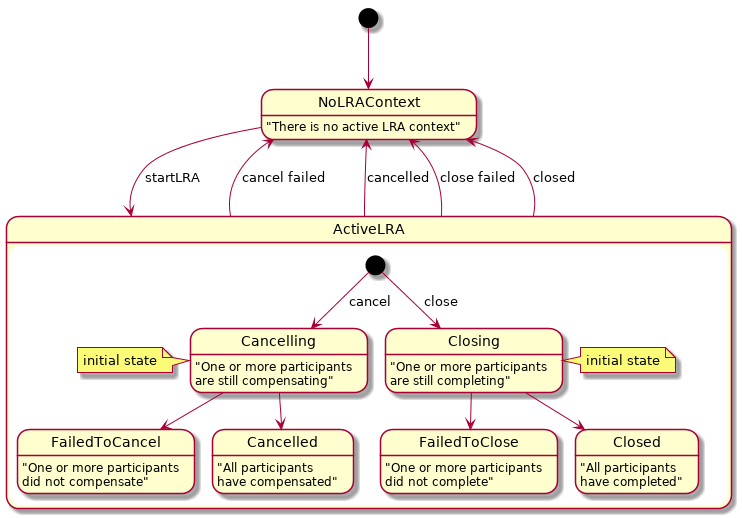
Before: spec/src/main/asciidoc/images/lra-state-model.png, a diagram exported from PlantUML (eclipse/microprofile-lra).
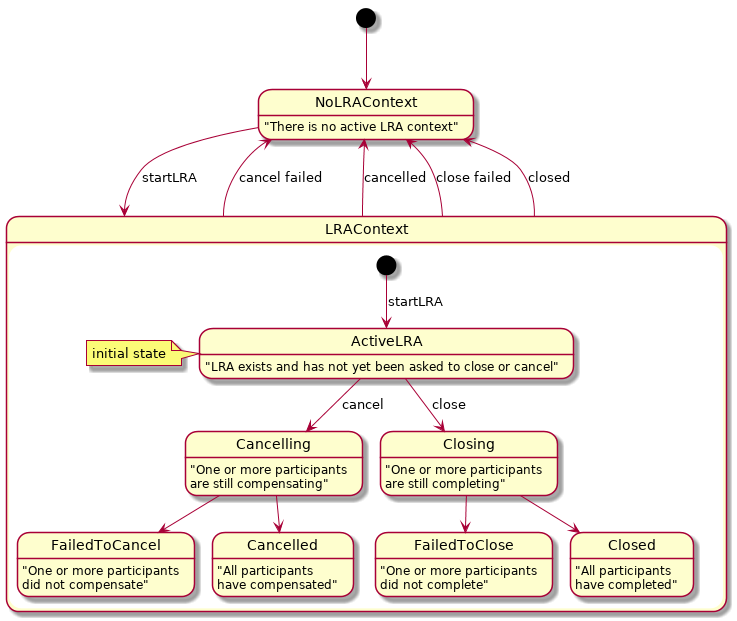
After the change.

Diff of the diagram source:
```diff
@@ -5,16 +5,18 @@
 NoLRAContext : "There is no active LRA context"
 
 state NoLRAContext {
-  NoLRAContext --> ActiveLRA : startLRA
-  ActiveLRA --> NoLRAContext : cancel failed
-  ActiveLRA --> NoLRAContext : cancelled
-  ActiveLRA --> NoLRAContext : close failed
-  ActiveLRA --> NoLRAContext : closed
+  NoLRAContext --> LRAContext : startLRA
+  LRAContext --> NoLRAContext : cancel failed
+  LRAContext --> NoLRAContext : cancelled
+  LRAContext --> NoLRAContext : close failed
+  LRAContext --> NoLRAContext : closed
 }
 
-state ActiveLRA {
-  [*] --> Cancelling : cancel
-  note left of Cancelling : initial state
+state LRAContext {
+  [*] --> ActiveLRA : startLRA
+  ActiveLRA : "LRA exists and has not yet been asked to close or cancel"
+  note left of ActiveLRA : initial state
+  ActiveLRA --> Cancelling : cancel
   state "FailedToCancel" as FailedToCancel
   FailedToCancel : "One or more participants\ndid not compensate"
   state "FailedToClose" as FailedToClose
@@ -31,8 +33,7 @@
   Cancelling --> Cancelled
   Cancelling --> FailedToCancel
 
-  [*] --> Closing : close
-  note right of Closing : initial state
+  ActiveLRA --> Closing : close
   Closing --> Closed
   Closing --> FailedToClose
 }
```
